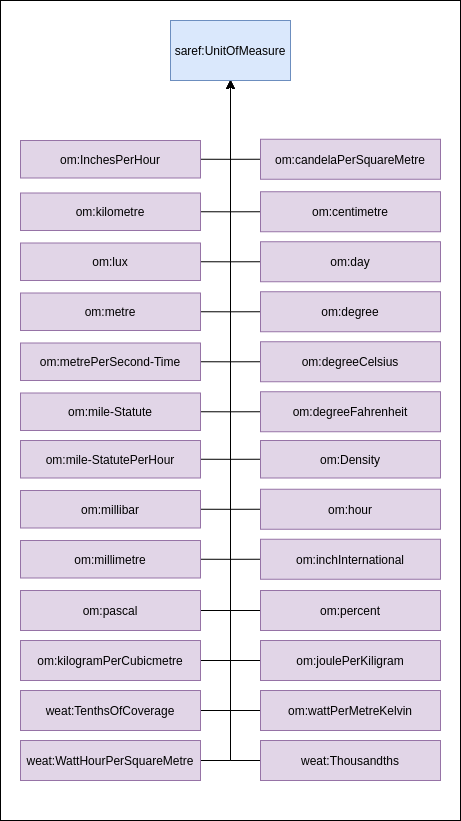
Earlier version of the draw.io export WidocoDocumentation/Images/UnitOfMeasure.png (oeg-upm/bimerr-weather). Source tidied: cells renumbered, new cells last; positions are measured from the earlier drawing's top-left corner, leaving out a move shared by most shapes.
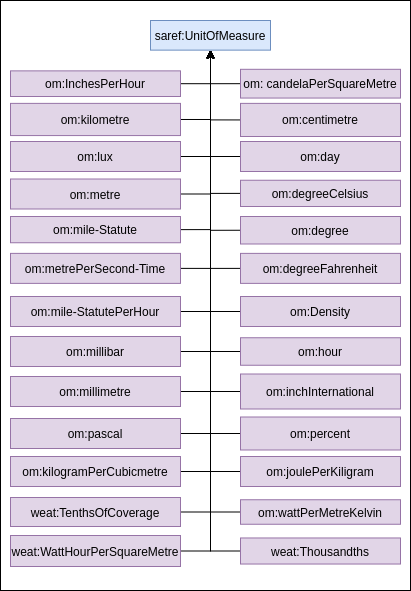
The same diagram one commit later.

Diff of the diagram source:
```diff
@@ -2,167 +2,167 @@
   <root>
     <mxCell id="0" />
     <mxCell id="1" parent="0" />
-    <mxCell id="2" style="rounded=0;whiteSpace=wrap;html=1;" parent="1" vertex="1">
-      <mxGeometry width="460" height="820" as="geometry" />
-    </mxCell>
+    <mxCell id="56" style="rounded=0;whiteSpace=wrap;html=1;" parent="1" vertex="1">
+      <mxGeometry x="-610" y="70" width="410" height="590" as="geometry" />
+    </mxCell>
     <mxCell id="3" value="saref:UnitOfMeasure" style="rounded=0;whiteSpace=wrap;html=1;fillColor=#dae8fc;strokeColor=#6c8ebf;" parent="1" vertex="1">
-      <mxGeometry x="170" y="20" width="120" height="60" as="geometry" />
+      <mxGeometry x="-460" y="90" width="120" height="29.6" as="geometry" />
     </mxCell>
     <mxCell id="4" style="edgeStyle=orthogonalEdgeStyle;rounded=0;jettySize=auto;html=1;exitX=0;exitY=0.5;exitDx=0;exitDy=0;" parent="1" edge="1" source="5" target="3">
       <mxGeometry relative="1" as="geometry" />
     </mxCell>
     <mxCell id="5" value="om:Density" style="rounded=0;whiteSpace=wrap;html=1;fillColor=#e1d5e7;strokeColor=#9673a6;" parent="1" vertex="1">
-      <mxGeometry x="260" y="440" width="180" height="37.5" as="geometry" />
+      <mxGeometry x="-370" y="366" width="160" height="30" as="geometry" />
     </mxCell>
     <mxCell id="6" style="edgeStyle=orthogonalEdgeStyle;rounded=0;jettySize=auto;html=1;exitX=0;exitY=0.5;exitDx=0;exitDy=0;" parent="1" edge="1" source="7" target="3">
       <mxGeometry relative="1" as="geometry" />
     </mxCell>
     <mxCell id="7" value="om:hour" style="rounded=0;whiteSpace=wrap;html=1;fillColor=#e1d5e7;strokeColor=#9673a6;" parent="1" vertex="1">
-      <mxGeometry x="260" y="488.8" width="180" height="40" as="geometry" />
+      <mxGeometry x="-370" y="407.2" width="160" height="27.5" as="geometry" />
     </mxCell>
     <mxCell id="8" style="edgeStyle=orthogonalEdgeStyle;rounded=0;jettySize=auto;html=1;exitX=0;exitY=0.5;exitDx=0;exitDy=0;" parent="1" edge="1" source="9" target="3">
       <mxGeometry relative="1" as="geometry" />
     </mxCell>
     <mxCell id="9" value="om:inchInternational" style="rounded=0;whiteSpace=wrap;html=1;fillColor=#e1d5e7;strokeColor=#9673a6;" parent="1" vertex="1">
-      <mxGeometry x="260" y="538.8" width="180" height="40" as="geometry" />
+      <mxGeometry x="-370" y="443.5" width="160" height="35" as="geometry" />
     </mxCell>
     <mxCell id="10" style="edgeStyle=orthogonalEdgeStyle;rounded=0;jettySize=auto;html=1;exitX=1;exitY=0.5;exitDx=0;exitDy=0;" parent="1" edge="1" source="11" target="3">
       <mxGeometry relative="1" as="geometry" />
     </mxCell>
     <mxCell id="11" value="om:pascal" style="rounded=0;whiteSpace=wrap;html=1;fillColor=#e1d5e7;strokeColor=#9673a6;" parent="1" vertex="1">
-      <mxGeometry x="20" y="590" width="180" height="40" as="geometry" />
+      <mxGeometry x="-600" y="488" width="170" height="30" as="geometry" />
     </mxCell>
     <mxCell id="12" style="edgeStyle=orthogonalEdgeStyle;rounded=0;jettySize=auto;html=1;exitX=1;exitY=0.5;exitDx=0;exitDy=0;" parent="1" edge="1" source="13" target="3">
       <mxGeometry relative="1" as="geometry" />
     </mxCell>
     <mxCell id="13" value="weat:TenthsOfCoverage" style="rounded=0;whiteSpace=wrap;html=1;fillColor=#e1d5e7;strokeColor=#9673a6;" parent="1" vertex="1">
-      <mxGeometry x="20" y="690" width="180" height="40" as="geometry" />
+      <mxGeometry x="-600" y="567" width="170" height="29" as="geometry" />
     </mxCell>
     <mxCell id="14" style="edgeStyle=orthogonalEdgeStyle;rounded=0;jettySize=auto;html=1;exitX=0;exitY=0.5;exitDx=0;exitDy=0;" parent="1" edge="1" source="15" target="3">
       <mxGeometry relative="1" as="geometry" />
     </mxCell>
     <mxCell id="15" value="om:degreeFahrenheit" style="rounded=0;whiteSpace=wrap;html=1;fillColor=#e1d5e7;strokeColor=#9673a6;" parent="1" vertex="1">
-      <mxGeometry x="260" y="391.2" width="180" height="40" as="geometry" />
+      <mxGeometry x="-370" y="322.9" width="160" height="30" as="geometry" />
     </mxCell>
     <mxCell id="16" style="edgeStyle=orthogonalEdgeStyle;rounded=0;jettySize=auto;html=1;exitX=0;exitY=0.5;exitDx=0;exitDy=0;" parent="1" edge="1" source="17" target="3">
       <mxGeometry relative="1" as="geometry" />
     </mxCell>
     <mxCell id="17" value="om:percent" style="rounded=0;whiteSpace=wrap;html=1;fillColor=#e1d5e7;strokeColor=#9673a6;" parent="1" vertex="1">
-      <mxGeometry x="260" y="590" width="180" height="40" as="geometry" />
+      <mxGeometry x="-370" y="486.5" width="160" height="33" as="geometry" />
     </mxCell>
     <mxCell id="18" style="edgeStyle=orthogonalEdgeStyle;rounded=0;jettySize=auto;html=1;exitX=0;exitY=0.5;exitDx=0;exitDy=0;" parent="1" edge="1" source="19" target="3">
       <mxGeometry relative="1" as="geometry" />
     </mxCell>
     <mxCell id="19" value="om:degreeCelsius" style="rounded=0;whiteSpace=wrap;html=1;fillColor=#e1d5e7;strokeColor=#9673a6;" parent="1" vertex="1">
-      <mxGeometry x="260" y="341.2" width="180" height="40" as="geometry" />
+      <mxGeometry x="-370" y="249.8" width="160" height="26.2" as="geometry" />
     </mxCell>
-    <mxCell id="20" style="edgeStyle=orthogonalEdgeStyle;rounded=0;jettySize=auto;html=1;exitX=0;exitY=0.5;exitDx=0;exitDy=0;" parent="1" edge="1" source="21" target="3">
-      <mxGeometry relative="1" as="geometry" />
-    </mxCell>
-    <mxCell id="21" value="om:candelaPerSquareMetre" style="rounded=0;whiteSpace=wrap;html=1;fillColor=#e1d5e7;strokeColor=#9673a6;" parent="1" vertex="1">
-      <mxGeometry x="260" y="138.8" width="180" height="40" as="geometry" />
-    </mxCell>
+    <mxCell id="57" style="edgeStyle=orthogonalEdgeStyle;rounded=0;jettySize=auto;html=1;exitX=0;exitY=0.5;exitDx=0;exitDy=0;" parent="1" edge="1" source="58" target="3">
+      <mxGeometry relative="1" as="geometry" />
+    </mxCell>
+    <mxCell id="58" value="om: candelaPerSquareMetre" style="rounded=0;whiteSpace=wrap;html=1;fillColor=#e1d5e7;strokeColor=#9673a6;" parent="1" vertex="1">
+      <mxGeometry x="-370" y="138.8" width="160" height="28.7" as="geometry" />
+    </mxCell>
     <mxCell id="22" style="edgeStyle=orthogonalEdgeStyle;rounded=0;jettySize=auto;html=1;exitX=0;exitY=0.5;exitDx=0;exitDy=0;" parent="1" edge="1" source="23" target="3">
       <mxGeometry relative="1" as="geometry" />
     </mxCell>
     <mxCell id="23" value="om:centimetre" style="rounded=0;whiteSpace=wrap;html=1;fillColor=#e1d5e7;strokeColor=#9673a6;" parent="1" vertex="1">
-      <mxGeometry x="260" y="191.2" width="180" height="40" as="geometry" />
+      <mxGeometry x="-370" y="172.9" width="160" height="33.1" as="geometry" />
     </mxCell>
     <mxCell id="24" style="edgeStyle=orthogonalEdgeStyle;rounded=0;jettySize=auto;html=1;exitX=0;exitY=0.5;exitDx=0;exitDy=0;" parent="1" edge="1" source="25" target="3">
       <mxGeometry relative="1" as="geometry" />
     </mxCell>
     <mxCell id="25" value="om:day" style="rounded=0;whiteSpace=wrap;html=1;fillColor=#e1d5e7;strokeColor=#9673a6;" parent="1" vertex="1">
-      <mxGeometry x="260" y="241.2" width="180" height="40" as="geometry" />
+      <mxGeometry x="-370" y="211" width="160" height="30" as="geometry" />
     </mxCell>
     <mxCell id="26" style="edgeStyle=orthogonalEdgeStyle;rounded=0;jettySize=auto;html=1;exitX=0;exitY=0.5;exitDx=0;exitDy=0;" parent="1" edge="1" source="27" target="3">
       <mxGeometry relative="1" as="geometry" />
     </mxCell>
     <mxCell id="27" value="om:degree" style="rounded=0;whiteSpace=wrap;html=1;fillColor=#e1d5e7;strokeColor=#9673a6;" parent="1" vertex="1">
-      <mxGeometry x="260" y="291.2" width="180" height="40" as="geometry" />
+      <mxGeometry x="-370" y="286" width="160" height="27.5" as="geometry" />
     </mxCell>
     <mxCell id="28" style="edgeStyle=orthogonalEdgeStyle;rounded=0;jettySize=auto;html=1;exitX=1;exitY=0.5;exitDx=0;exitDy=0;" parent="1" edge="1" source="29" target="3">
       <mxGeometry relative="1" as="geometry" />
     </mxCell>
     <mxCell id="29" value="om:InchesPerHour" style="rounded=0;whiteSpace=wrap;html=1;fillColor=#e1d5e7;strokeColor=#9673a6;" parent="1" vertex="1">
-      <mxGeometry x="20" y="140" width="180" height="37.5" as="geometry" />
+      <mxGeometry x="-600" y="140.4" width="170" height="25.6" as="geometry" />
     </mxCell>
     <mxCell id="30" style="edgeStyle=orthogonalEdgeStyle;rounded=0;jettySize=auto;html=1;exitX=1;exitY=0.5;exitDx=0;exitDy=0;" parent="1" edge="1" source="31" target="3">
       <mxGeometry relative="1" as="geometry" />
     </mxCell>
     <mxCell id="31" value="om:kilometre" style="rounded=0;whiteSpace=wrap;html=1;fillColor=#e1d5e7;strokeColor=#9673a6;" parent="1" vertex="1">
-      <mxGeometry x="20" y="192.5" width="180" height="37.5" as="geometry" />
+      <mxGeometry x="-600" y="172.9" width="170" height="32.2" as="geometry" />
     </mxCell>
     <mxCell id="32" style="edgeStyle=orthogonalEdgeStyle;rounded=0;jettySize=auto;html=1;exitX=1;exitY=0.5;exitDx=0;exitDy=0;" parent="1" edge="1" source="33" target="3">
       <mxGeometry relative="1" as="geometry" />
     </mxCell>
     <mxCell id="33" value="om:lux" style="rounded=0;whiteSpace=wrap;html=1;fillColor=#e1d5e7;strokeColor=#9673a6;" parent="1" vertex="1">
-      <mxGeometry x="20" y="242.5" width="180" height="37.5" as="geometry" />
+      <mxGeometry x="-600" y="211" width="170" height="30" as="geometry" />
     </mxCell>
     <mxCell id="34" style="edgeStyle=orthogonalEdgeStyle;rounded=0;jettySize=auto;html=1;exitX=1;exitY=0.5;exitDx=0;exitDy=0;" parent="1" edge="1" source="35" target="3">
       <mxGeometry relative="1" as="geometry" />
     </mxCell>
     <mxCell id="35" value="om:metre" style="rounded=0;whiteSpace=wrap;html=1;fillColor=#e1d5e7;strokeColor=#9673a6;" parent="1" vertex="1">
-      <mxGeometry x="20" y="292.5" width="180" height="37.5" as="geometry" />
+      <mxGeometry x="-600" y="248.5" width="170" height="30" as="geometry" />
     </mxCell>
     <mxCell id="36" style="edgeStyle=orthogonalEdgeStyle;rounded=0;jettySize=auto;html=1;exitX=1;exitY=0.5;exitDx=0;exitDy=0;" parent="1" edge="1" source="37" target="3">
       <mxGeometry relative="1" as="geometry" />
     </mxCell>
     <mxCell id="37" value="om:metrePerSecond-Time" style="rounded=0;whiteSpace=wrap;html=1;fillColor=#e1d5e7;strokeColor=#9673a6;" parent="1" vertex="1">
-      <mxGeometry x="20" y="342.5" width="180" height="37.5" as="geometry" />
+      <mxGeometry x="-600" y="322.9" width="170" height="30" as="geometry" />
     </mxCell>
     <mxCell id="38" style="edgeStyle=orthogonalEdgeStyle;rounded=0;jettySize=auto;html=1;exitX=1;exitY=0.5;exitDx=0;exitDy=0;" parent="1" edge="1" source="39" target="3">
       <mxGeometry relative="1" as="geometry" />
     </mxCell>
     <mxCell id="39" value="om:mile-Statute" style="rounded=0;whiteSpace=wrap;html=1;fillColor=#e1d5e7;strokeColor=#9673a6;" parent="1" vertex="1">
-      <mxGeometry x="20" y="392.5" width="180" height="37.5" as="geometry" />
+      <mxGeometry x="-600" y="286" width="170" height="26.2" as="geometry" />
     </mxCell>
     <mxCell id="40" style="edgeStyle=orthogonalEdgeStyle;rounded=0;jettySize=auto;html=1;exitX=1;exitY=0.5;exitDx=0;exitDy=0;" parent="1" edge="1" source="41" target="3">
       <mxGeometry relative="1" as="geometry" />
     </mxCell>
     <mxCell id="41" value="om:mile-StatutePerHour" style="rounded=0;whiteSpace=wrap;html=1;fillColor=#e1d5e7;strokeColor=#9673a6;" parent="1" vertex="1">
-      <mxGeometry x="20" y="440" width="180" height="37.5" as="geometry" />
+      <mxGeometry x="-600" y="366" width="170" height="30" as="geometry" />
     </mxCell>
     <mxCell id="42" style="edgeStyle=orthogonalEdgeStyle;rounded=0;jettySize=auto;html=1;exitX=1;exitY=0.5;exitDx=0;exitDy=0;" parent="1" edge="1" source="43" target="3">
       <mxGeometry relative="1" as="geometry" />
     </mxCell>
     <mxCell id="43" value="om:millibar" style="rounded=0;whiteSpace=wrap;html=1;fillColor=#e1d5e7;strokeColor=#9673a6;" parent="1" vertex="1">
-      <mxGeometry x="20" y="490" width="180" height="37.5" as="geometry" />
+      <mxGeometry x="-600" y="406" width="170" height="30" as="geometry" />
     </mxCell>
     <mxCell id="44" style="edgeStyle=orthogonalEdgeStyle;rounded=0;jettySize=auto;html=1;exitX=1;exitY=0.5;exitDx=0;exitDy=0;" parent="1" edge="1" source="45" target="3">
       <mxGeometry relative="1" as="geometry" />
     </mxCell>
     <mxCell id="45" value="om:millimetre" style="rounded=0;whiteSpace=wrap;html=1;fillColor=#e1d5e7;strokeColor=#9673a6;" parent="1" vertex="1">
-      <mxGeometry x="20" y="540" width="180" height="37.5" as="geometry" />
+      <mxGeometry x="-600" y="446" width="170" height="30" as="geometry" />
     </mxCell>
     <mxCell id="46" style="edgeStyle=orthogonalEdgeStyle;rounded=0;jettySize=auto;html=1;exitX=0;exitY=0.5;exitDx=0;exitDy=0;" parent="1" edge="1" source="47" target="3">
       <mxGeometry relative="1" as="geometry" />
     </mxCell>
     <mxCell id="47" value="weat:Thousandths" style="rounded=0;whiteSpace=wrap;html=1;fillColor=#e1d5e7;strokeColor=#9673a6;" parent="1" vertex="1">
-      <mxGeometry x="260" y="740" width="180" height="40" as="geometry" />
+      <mxGeometry x="-370" y="607.5" width="160" height="26.1" as="geometry" />
     </mxCell>
     <mxCell id="48" style="edgeStyle=orthogonalEdgeStyle;rounded=0;jettySize=auto;html=1;exitX=1;exitY=0.5;exitDx=0;exitDy=0;" parent="1" edge="1" source="49" target="3">
       <mxGeometry relative="1" as="geometry" />
     </mxCell>
     <mxCell id="49" value="weat:WattHourPerSquareMetre" style="rounded=0;whiteSpace=wrap;html=1;fillColor=#e1d5e7;strokeColor=#9673a6;" parent="1" vertex="1">
-      <mxGeometry x="20" y="740" width="180" height="40" as="geometry" />
+      <mxGeometry x="-600" y="605" width="170" height="31" as="geometry" />
     </mxCell>
     <mxCell id="50" style="edgeStyle=orthogonalEdgeStyle;rounded=0;jettySize=auto;html=1;exitX=0;exitY=0.5;exitDx=0;exitDy=0;" parent="1" edge="1" source="51" target="3">
       <mxGeometry relative="1" as="geometry" />
     </mxCell>
     <mxCell id="51" value="om:joulePerKiligram" style="rounded=0;whiteSpace=wrap;html=1;fillColor=#e1d5e7;strokeColor=#9673a6;" parent="1" vertex="1">
-      <mxGeometry x="260" y="640" width="180" height="40" as="geometry" />
+      <mxGeometry x="-370" y="526" width="160" height="30" as="geometry" />
     </mxCell>
     <mxCell id="52" style="edgeStyle=orthogonalEdgeStyle;rounded=0;jettySize=auto;html=1;exitX=0;exitY=0.5;exitDx=0;exitDy=0;" parent="1" edge="1" source="53" target="3">
       <mxGeometry relative="1" as="geometry" />
     </mxCell>
     <mxCell id="53" value="om:wattPerMetreKelvin" style="rounded=0;whiteSpace=wrap;html=1;fillColor=#e1d5e7;strokeColor=#9673a6;" parent="1" vertex="1">
-      <mxGeometry x="260" y="690" width="180" height="40" as="geometry" />
+      <mxGeometry x="-370" y="569.2" width="160" height="24.5" as="geometry" />
     </mxCell>
     <mxCell id="54" style="edgeStyle=orthogonalEdgeStyle;rounded=0;jettySize=auto;html=1;exitX=1;exitY=0.5;exitDx=0;exitDy=0;" parent="1" edge="1" source="55" target="3">
       <mxGeometry relative="1" as="geometry" />
     </mxCell>
     <mxCell id="55" value="om:kilogramPerCubicmetre" style="rounded=0;whiteSpace=wrap;html=1;fillColor=#e1d5e7;strokeColor=#9673a6;" parent="1" vertex="1">
-      <mxGeometry x="20" y="640" width="180" height="40" as="geometry" />
+      <mxGeometry x="-600" y="526" width="170" height="30" as="geometry" />
     </mxCell>
   </root>
 </mxGraphModel>
```
